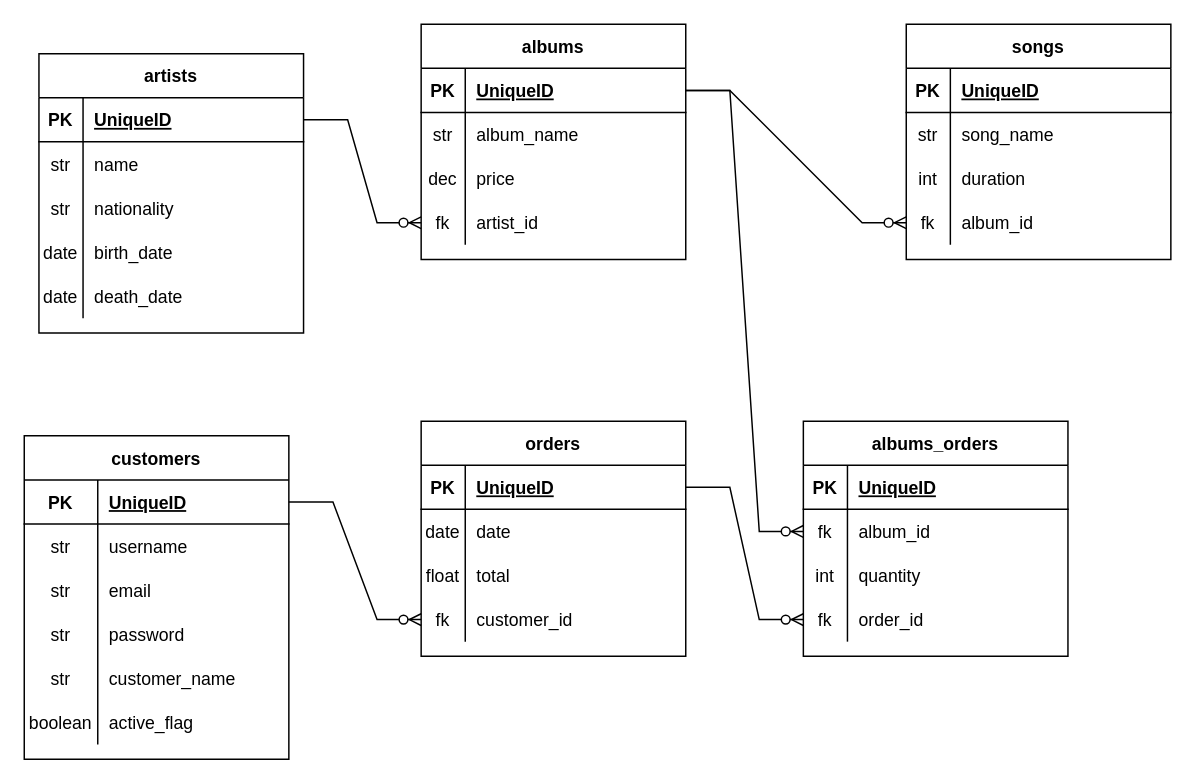
Earlier version of the draw.io diagram music-store.drawio (fabio4520/Project-Music-Store). Source tidied: cells renumbered, new cells numbered last; positions are measured from the earlier drawing's top-left corner, leaving out a move shared by most shapes. Both pictures are drawn from the tidied source at 147%, with x=0, y=0 at pixel (24, 24).
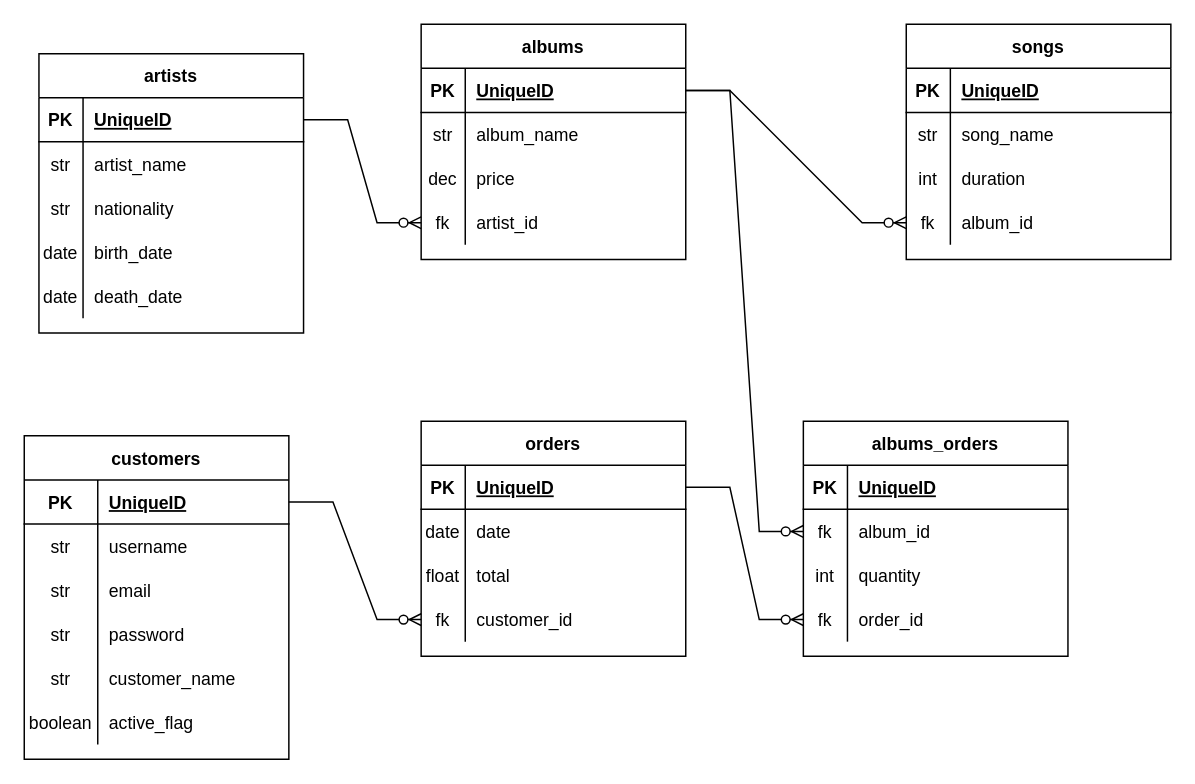
Above is the later version.

Commit message (it also covers changes not shown here):
FIX: rename name column from Artist table and drawio file

Unchanged cells that the change refers to:
```xml
<mxCell id="32" style="shape=tableRow;horizontal=0;startSize=0;swimlaneHead=0;swimlaneBody=0;fillColor=none;top=0;left=0;right=0;bottom=0;" parent="28" vertex="1">
  <mxGeometry y="60" width="180" height="30" as="geometry" />
</mxCell>
```

The edit, as a diff of the source:
```diff
@@
-    <mxCell id="34" value="name" style="shape=partialRectangle;fillColor=none;top=0;left=0;bottom=0;right=0;align=left;spacingLeft=6;overflow=hidden;" parent="32" vertex="1">
+    <mxCell id="34" value="artist_name" style="shape=partialRectangle;fillColor=none;top=0;left=0;bottom=0;right=0;align=left;spacingLeft=6;overflow=hidden;" parent="32" vertex="1">
       <mxGeometry x="30" width="150" height="30" as="geometry" />
     </mxCell>
```
